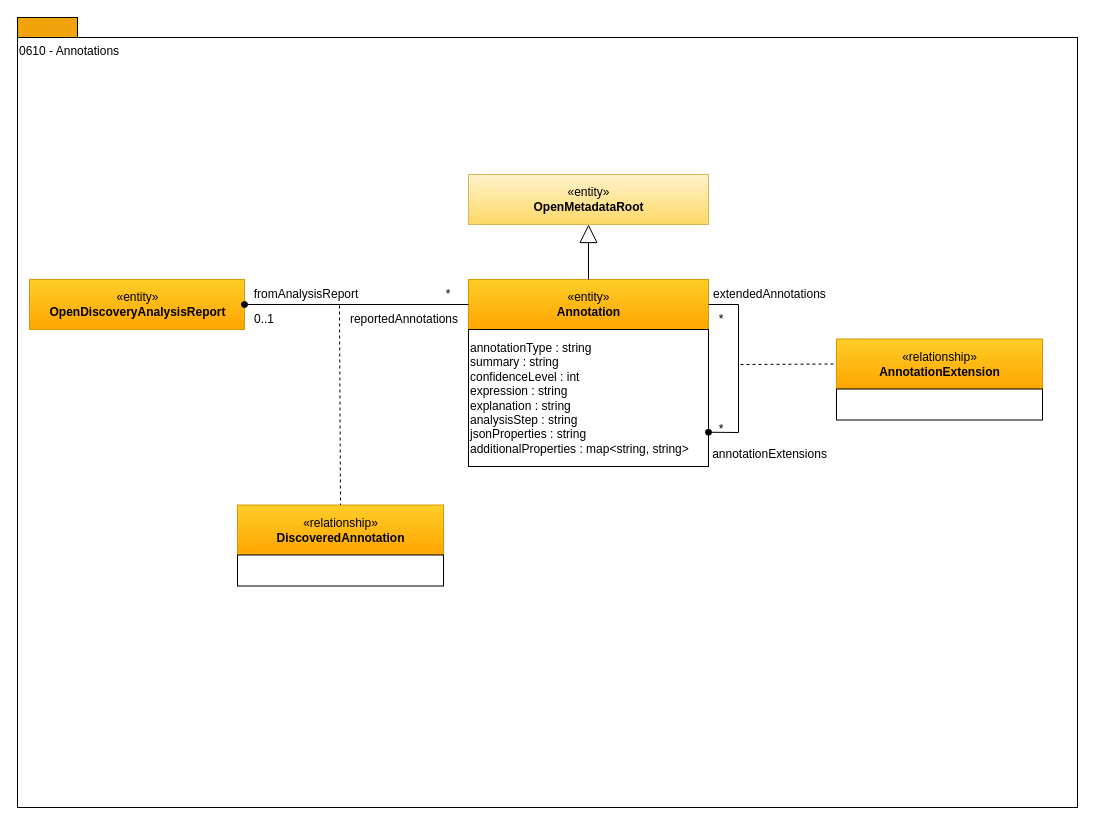
Before: page "0610-Annotations" (5 of 17) of site/docs/types/6/area-6-discovery.drawio in odpi/egeria-docs, a draw.io diagram. Source tidied: cells renumbered, new cells numbered last; positions are measured from the earlier drawing's top-left corner, leaving out a move shared by most shapes. Both pictures are drawn from the tidied source at 100%, with x=0, y=0 at pixel (17, 17).
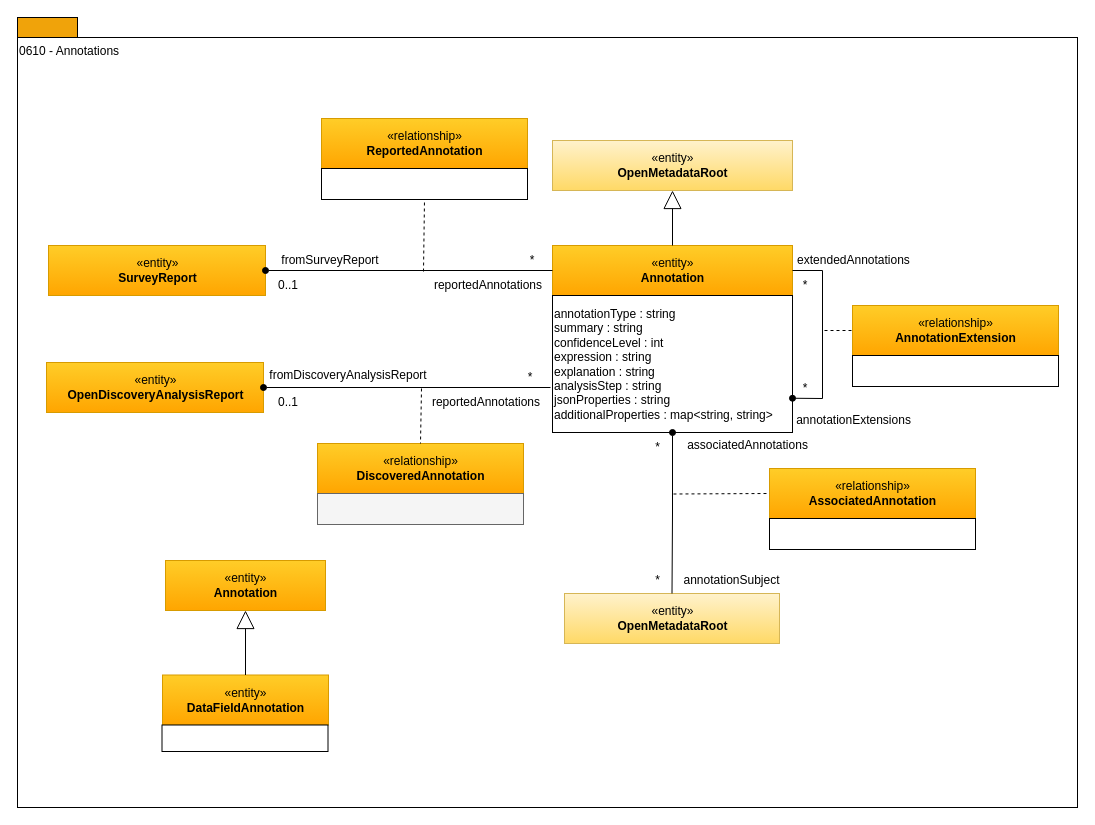
The same page after the edit.

What changed in the source:
```diff
@@
     <mxCell id="4" value="«entity»&lt;br&gt;&lt;b&gt;Annotation&lt;/b&gt;" style="html=1;strokeColor=#d79b00;align=center;fillColor=#ffcd28;gradientColor=#ffa500;" parent="1" vertex="1">
-      <mxGeometry x="451" y="262" width="240" height="50" as="geometry" />
+      <mxGeometry x="535" y="228" width="240" height="50" as="geometry" />
     </mxCell>
     <mxCell id="5" value="annotationType : string&lt;br&gt;summary : string&lt;br&gt;confidenceLevel : int&lt;br&gt;expression : string&lt;br&gt;explanation : string&lt;br&gt;analysisStep : string&lt;br&gt;jsonProperties : string&lt;br&gt;additionalProperties : map&amp;lt;string, string&amp;gt;" style="rounded=0;whiteSpace=wrap;html=1;strokeColor=#000000;gradientColor=#ffffff;align=left;" parent="1" vertex="1">
-      <mxGeometry x="451" y="312" width="240" height="137" as="geometry" />
+      <mxGeometry x="535" y="278" width="240" height="137" as="geometry" />
     </mxCell>
     <mxCell id="6" value="*" style="text;html=1;strokeColor=none;fillColor=none;align=center;verticalAlign=middle;whiteSpace=wrap;rounded=0;" parent="1" vertex="1">
-      <mxGeometry x="411" y="267" width="40" height="20" as="geometry" />
+      <mxGeometry x="495" y="233" width="40" height="20" as="geometry" />
     </mxCell>
     <mxCell id="7" value="0..1" style="text;html=1;strokeColor=none;fillColor=none;align=center;verticalAlign=middle;whiteSpace=wrap;rounded=0;" parent="1" vertex="1">
-      <mxGeometry x="227" y="292" width="40" height="20" as="geometry" />
+      <mxGeometry x="251" y="258" width="40" height="20" as="geometry" />
     </mxCell>
-    <mxCell id="8" value="fromAnalysisReport" style="text;html=1;strokeColor=none;fillColor=none;align=center;verticalAlign=middle;whiteSpace=wrap;rounded=0;" parent="1" vertex="1">
-      <mxGeometry x="227" y="267" width="124" height="20" as="geometry" />
+    <mxCell id="8" value="fromSurveyReport" style="text;html=1;strokeColor=none;fillColor=none;align=center;verticalAlign=middle;whiteSpace=wrap;rounded=0;" parent="1" vertex="1">
+      <mxGeometry x="251" y="233" width="124" height="20" as="geometry" />
     </mxCell>
     <mxCell id="9" value="reportedAnnotations" style="text;html=1;strokeColor=none;fillColor=none;align=center;verticalAlign=middle;whiteSpace=wrap;rounded=0;" parent="1" vertex="1">
-      <mxGeometry x="323" y="292" width="128" height="20" as="geometry" />
+      <mxGeometry x="407" y="258" width="128" height="20" as="geometry" />
     </mxCell>
-    <mxCell id="10" value="«entity»&lt;br&gt;&lt;b&gt;OpenDiscoveryAnalysisReport&lt;/b&gt;" style="html=1;strokeColor=#d79b00;align=center;fillColor=#ffcd28;gradientColor=#ffa500;" parent="1" vertex="1">
-      <mxGeometry x="12" y="262" width="215" height="50" as="geometry" />
+    <mxCell id="10" value="«entity»&lt;br&gt;&lt;b&gt;SurveyReport&lt;/b&gt;" style="html=1;strokeColor=#d79b00;align=center;fillColor=#ffcd28;gradientColor=#ffa500;" parent="1" vertex="1">
+      <mxGeometry x="31" y="228" width="217" height="50" as="geometry" />
     </mxCell>
-    <mxCell id="11" value="«relationship»&lt;br&gt;&lt;b&gt;DiscoveredAnnotation&lt;/b&gt;" style="html=1;strokeColor=#d79b00;align=center;fillColor=#ffcd28;gradientColor=#ffa500;" parent="1" vertex="1">
-      <mxGeometry x="220" y="487.5" width="206" height="50" as="geometry" />
+    <mxCell id="11" value="«relationship»&lt;br&gt;&lt;b&gt;ReportedAnnotation&lt;/b&gt;" style="html=1;strokeColor=#d79b00;align=center;fillColor=#ffcd28;gradientColor=#ffa500;" parent="1" vertex="1">
+      <mxGeometry x="304" y="101" width="206" height="50" as="geometry" />
     </mxCell>
-    <mxCell id="12" style="endArrow=none;dashed=1;html=1;entryX=0.5;entryY=0;" parent="1" edge="1" target="11">
+    <mxCell id="12" style="endArrow=none;dashed=1;html=1;entryX=0.5;entryY=1;entryDx=0;entryDy=0;" parent="1" edge="1" target="13">
       <mxGeometry relative="1" as="geometry">
-        <mxPoint x="322" y="288" as="sourcePoint" />
+        <mxPoint x="406" y="254" as="sourcePoint" />
       </mxGeometry>
     </mxCell>
     <mxCell id="13" style="rounded=0;whiteSpace=wrap;html=1;strokeColor=#000000;gradientColor=#ffffff;align=center;" parent="1" vertex="1">
-      <mxGeometry x="220" y="537.5" width="206" height="31" as="geometry" />
+      <mxGeometry x="304" y="151" width="206" height="31" as="geometry" />
     </mxCell>
     <mxCell id="14" style="endArrow=none;html=1;entryX=1;entryY=0.5;exitX=1;exitY=0.75;startArrow=oval;startFill=1;rounded=0;" parent="1" edge="1" source="5" target="4">
       <mxGeometry relative="1" as="geometry">
         <Array as="points">
-          <mxPoint x="721" y="415" />
-          <mxPoint x="721" y="287" />
+          <mxPoint x="805" y="381" />
+          <mxPoint x="805" y="253" />
         </Array>
       </mxGeometry>
     </mxCell>
     <mxCell id="15" value="extendedAnnotations" style="text;html=1;strokeColor=none;fillColor=none;align=center;verticalAlign=middle;whiteSpace=wrap;rounded=0;" parent="1" vertex="1">
-      <mxGeometry x="691" y="267" width="123" height="20" as="geometry" />
+      <mxGeometry x="775" y="233" width="123" height="20" as="geometry" />
     </mxCell>
     <mxCell id="16" value="*" style="text;html=1;strokeColor=none;fillColor=none;align=center;verticalAlign=middle;whiteSpace=wrap;rounded=0;" parent="1" vertex="1">
-      <mxGeometry x="684" y="292" width="40" height="20" as="geometry" />
+      <mxGeometry x="768" y="258" width="40" height="20" as="geometry" />
     </mxCell>
     <mxCell id="17" value="*" style="text;html=1;strokeColor=none;fillColor=none;align=center;verticalAlign=middle;whiteSpace=wrap;rounded=0;" parent="1" vertex="1">
-      <mxGeometry x="684" y="402" width="40" height="20" as="geometry" />
+      <mxGeometry x="768" y="361" width="40" height="20" as="geometry" />
     </mxCell>
     <mxCell id="18" value="«relationship»&lt;br&gt;&lt;b&gt;AnnotationExtension&lt;/b&gt;" style="html=1;strokeColor=#d79b00;align=center;fillColor=#ffcd28;gradientColor=#ffa500;" parent="1" vertex="1">
-      <mxGeometry x="819" y="321.5" width="206" height="50" as="geometry" />
+      <mxGeometry x="835" y="288" width="206" height="50" as="geometry" />
     </mxCell>
     <mxCell id="19" style="endArrow=none;dashed=1;html=1;entryX=0;entryY=0.5;" parent="1" edge="1" target="18">
       <mxGeometry relative="1" as="geometry">
-        <mxPoint x="723" y="347" as="sourcePoint" />
+        <mxPoint x="807" y="313" as="sourcePoint" />
       </mxGeometry>
     </mxCell>
     <mxCell id="20" style="rounded=0;whiteSpace=wrap;html=1;strokeColor=#000000;gradientColor=#ffffff;align=center;" parent="1" vertex="1">
-      <mxGeometry x="819" y="371.5" width="206" height="31" as="geometry" />
+      <mxGeometry x="835" y="338" width="206" height="31" as="geometry" />
     </mxCell>
     <mxCell id="21" value="annotationExtensions" style="text;html=1;strokeColor=none;fillColor=none;align=center;verticalAlign=middle;whiteSpace=wrap;rounded=0;" parent="1" vertex="1">
-      <mxGeometry x="691" y="426.5" width="123" height="20" as="geometry" />
+      <mxGeometry x="775" y="392.5" width="123" height="20" as="geometry" />
     </mxCell>
@@
     <mxCell id="23" value="«entity»&lt;br&gt;&lt;b&gt;OpenMetadataRoot&lt;/b&gt;" style="html=1;strokeColor=#d6b656;align=center;fillColor=#fff2cc;gradientColor=#ffd966;" parent="1" vertex="1">
-      <mxGeometry x="451" y="157" width="240" height="50" as="geometry" />
+      <mxGeometry x="535" y="123" width="240" height="50" as="geometry" />
     </mxCell>
@@
+    <mxCell id="25" value="«entity»&lt;br&gt;&lt;b&gt;OpenMetadataRoot&lt;/b&gt;" style="html=1;strokeColor=#d6b656;align=center;fillColor=#fff2cc;gradientColor=#ffd966;" parent="1" vertex="1">
+      <mxGeometry x="547" y="576" width="215" height="50" as="geometry" />
+    </mxCell>
+    <mxCell id="26" value="«relationship»&lt;br&gt;&lt;b&gt;AssociatedAnnotation&lt;/b&gt;" style="html=1;strokeColor=#d79b00;align=center;fillColor=#ffcd28;gradientColor=#ffa500;" parent="1" vertex="1">
+      <mxGeometry x="752" y="451" width="206" height="50" as="geometry" />
+    </mxCell>
+    <mxCell id="27" style="endArrow=none;dashed=1;html=1;entryX=0;entryY=0.5;" parent="1" edge="1" target="26">
+      <mxGeometry relative="1" as="geometry">
+        <mxPoint x="656" y="476.5" as="sourcePoint" />
+      </mxGeometry>
+    </mxCell>
+    <mxCell id="28" style="rounded=0;whiteSpace=wrap;html=1;strokeColor=#000000;gradientColor=#ffffff;align=center;" parent="1" vertex="1">
+      <mxGeometry x="752" y="501" width="206" height="31" as="geometry" />
+    </mxCell>
+    <mxCell id="29" style="edgeStyle=orthogonalEdgeStyle;rounded=0;jettySize=auto;html=1;exitX=0.5;exitY=1;exitDx=0;exitDy=0;endArrow=none;endFill=0;startArrow=oval;startFill=1;" parent="1" edge="1" source="5" target="25">
+      <mxGeometry relative="1" as="geometry" />
+    </mxCell>
+    <mxCell id="30" value="*" style="text;html=1;align=center;verticalAlign=middle;strokeColor=none;fillColor=none;" parent="1" vertex="1">
+      <mxGeometry x="628" y="550" width="23" height="26" as="geometry" />
+    </mxCell>
+    <mxCell id="31" value="*" style="text;html=1;align=center;verticalAlign=middle;strokeColor=none;fillColor=none;" parent="1" vertex="1">
+      <mxGeometry x="628" y="417" width="23" height="26" as="geometry" />
+    </mxCell>
+    <mxCell id="32" value="associatedAnnotations" style="text;html=1;align=center;verticalAlign=middle;strokeColor=none;fillColor=none;" parent="1" vertex="1">
+      <mxGeometry x="660" y="415" width="139" height="26" as="geometry" />
+    </mxCell>
+    <mxCell id="33" value="annotationSubject" style="text;html=1;align=center;verticalAlign=middle;strokeColor=none;fillColor=none;" parent="1" vertex="1">
+      <mxGeometry x="657" y="550" width="114" height="26" as="geometry" />
+    </mxCell>
+    <mxCell id="34" value="«entity»&lt;br&gt;&lt;b&gt;DataFieldAnnotation&lt;/b&gt;" style="html=1;strokeColor=#d79b00;align=center;fillColor=#ffcd28;gradientColor=#ffa500;" parent="1" vertex="1">
+      <mxGeometry x="145" y="657.5" width="166" height="50" as="geometry" />
+    </mxCell>
+    <mxCell id="35" style="rounded=0;whiteSpace=wrap;html=1;strokeColor=#000000;gradientColor=#ffffff;align=left;" parent="1" vertex="1">
+      <mxGeometry x="144.5" y="707.5" width="166" height="26.5" as="geometry" />
+    </mxCell>
+    <mxCell id="36" value="«entity»&lt;br&gt;&lt;b&gt;Annotation&lt;/b&gt;" style="html=1;strokeColor=#d79b00;align=center;fillColor=#ffcd28;gradientColor=#ffa500;" parent="1" vertex="1">
+      <mxGeometry x="148" y="543" width="160" height="50" as="geometry" />
+    </mxCell>
+    <mxCell id="37" style="edgeStyle=orthogonalEdgeStyle;rounded=0;jettySize=auto;html=1;endArrow=block;endFill=0;endSize=16;entryX=0.5;entryY=1;entryDx=0;entryDy=0;exitX=0.5;exitY=0;exitDx=0;exitDy=0;" parent="1" edge="1" source="34" target="36">
+      <mxGeometry relative="1" as="geometry" />
+    </mxCell>
+    <mxCell id="38" value="*" style="text;html=1;strokeColor=none;fillColor=none;align=center;verticalAlign=middle;whiteSpace=wrap;rounded=0;" parent="1" vertex="1">
+      <mxGeometry x="493" y="350" width="40" height="20" as="geometry" />
+    </mxCell>
+    <mxCell id="39" value="0..1" style="text;html=1;strokeColor=none;fillColor=none;align=center;verticalAlign=middle;whiteSpace=wrap;rounded=0;" parent="1" vertex="1">
+      <mxGeometry x="251" y="375" width="40" height="20" as="geometry" />
+    </mxCell>
+    <mxCell id="40" value="fromDiscoveryAnalysisReport" style="text;html=1;strokeColor=none;fillColor=none;align=center;verticalAlign=middle;whiteSpace=wrap;rounded=0;" parent="1" vertex="1">
+      <mxGeometry x="269" y="348" width="124" height="20" as="geometry" />
+    </mxCell>
+    <mxCell id="41" value="reportedAnnotations" style="text;html=1;strokeColor=none;fillColor=none;align=center;verticalAlign=middle;whiteSpace=wrap;rounded=0;" parent="1" vertex="1">
+      <mxGeometry x="405" y="375" width="128" height="20" as="geometry" />
+    </mxCell>
+    <mxCell id="42" value="«entity»&lt;br&gt;&lt;b&gt;OpenDiscoveryAnalysisReport&lt;/b&gt;" style="html=1;strokeColor=#d79b00;align=center;fillColor=#ffcd28;gradientColor=#ffa500;" parent="1" vertex="1">
+      <mxGeometry x="29" y="345" width="217" height="50" as="geometry" />
+    </mxCell>
+    <mxCell id="43" value="«relationship»&lt;br&gt;&lt;b&gt;DiscoveredAnnotation&lt;/b&gt;" style="html=1;strokeColor=#d79b00;align=center;fillColor=#ffcd28;gradientColor=#ffa500;" parent="1" vertex="1">
+      <mxGeometry x="300" y="426" width="206" height="50" as="geometry" />
+    </mxCell>
+    <mxCell id="44" style="endArrow=none;dashed=1;html=1;entryX=0.5;entryY=0;entryDx=0;entryDy=0;" parent="1" edge="1" target="43">
+      <mxGeometry relative="1" as="geometry">
+        <mxPoint x="404" y="371" as="sourcePoint" />
+      </mxGeometry>
+    </mxCell>
+    <mxCell id="45" style="rounded=0;whiteSpace=wrap;html=1;strokeColor=#666666;align=center;fillColor=#f5f5f5;fontColor=#333333;" parent="1" vertex="1">
+      <mxGeometry x="300" y="476" width="206" height="31" as="geometry" />
+    </mxCell>
+    <mxCell id="46" style="endArrow=oval;html=1;entryX=1;entryY=0.5;exitX=0;exitY=0.5;endFill=1;" parent="1" edge="1" target="42">
+      <mxGeometry relative="1" as="geometry">
+        <mxPoint x="533" y="370" as="sourcePoint" />
+      </mxGeometry>
+    </mxCell>
```
